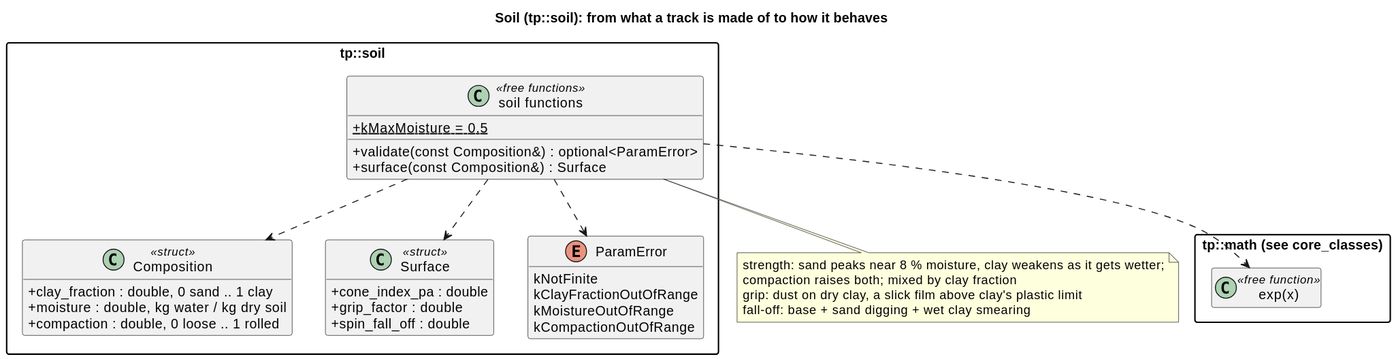
The PlantUML diagram docs/diagrams/svg/soil_classes.svg in wversteeg/TractorPulling, before a commit. Source of this version:
```plantuml
@startuml
title Soil (tp::soil): from what a track is made of to how it behaves
hide empty members
skinparam packageStyle rectangle
skinparam classAttributeIconSize 0

package "tp::math (see core_classes)" {
  class "exp(x)" as Exp <<free function>>
}

package "tp::soil" {
  class Composition <<struct>> {
    +clay_fraction : double, 0 sand .. 1 clay
    +moisture : double, kg water / kg dry soil
    +compaction : double, 0 loose .. 1 rolled
  }
  class Surface <<struct>> {
    +cone_index_pa : double
    +grip_factor : double
    +spin_fall_off : double
  }
  enum ParamError {
    kNotFinite
    kClayFractionOutOfRange
    kMoistureOutOfRange
    kCompactionOutOfRange
  }
  class "soil functions" as SoilFns <<free functions>> {
    +{static} kMaxMoisture = 0.5
    +validate(const Composition&) : optional<ParamError>
    +surface(const Composition&) : Surface
  }
  SoilFns ..> Composition
  SoilFns ..> Surface
  SoilFns ..> ParamError
}
SoilFns ..> Exp
note bottom of SoilFns
  strength: sand peaks near 8 % moisture, clay weakens as it gets wetter;
  compaction raises both; mixed by clay fraction
  grip: dust on dry clay, a slick film above clay's plastic limit
  fall-off: base + sand digging + wet clay smearing
end note
@enduml
```
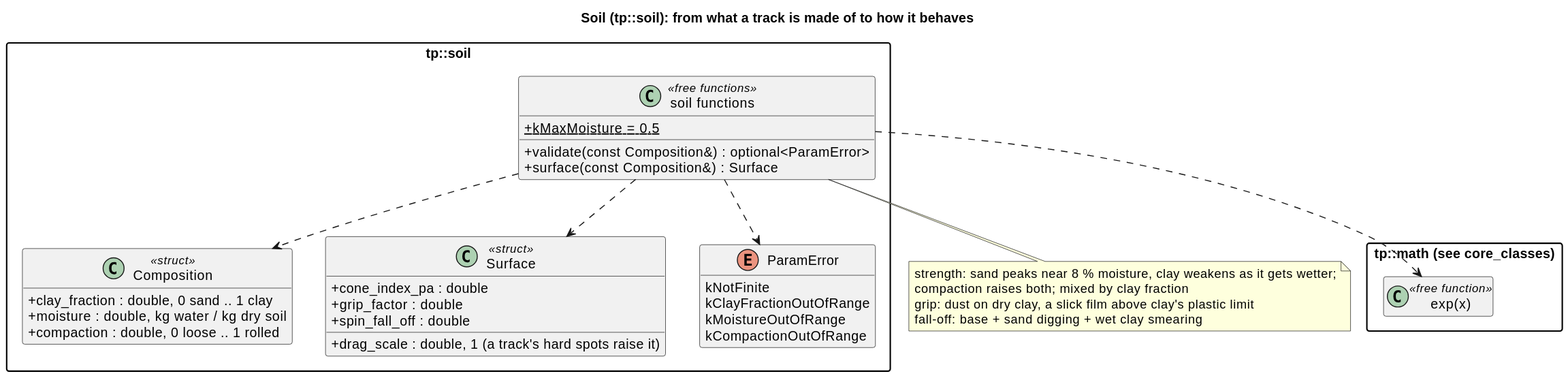
After the change.

What changed in the source:
```diff
@@ -18,6 +18,7 @@
     +cone_index_pa : double
     +grip_factor : double
     +spin_fall_off : double
+    +drag_scale : double, 1 (a track's hard spots raise it)
   }
   enum ParamError {
     kNotFinite
```
